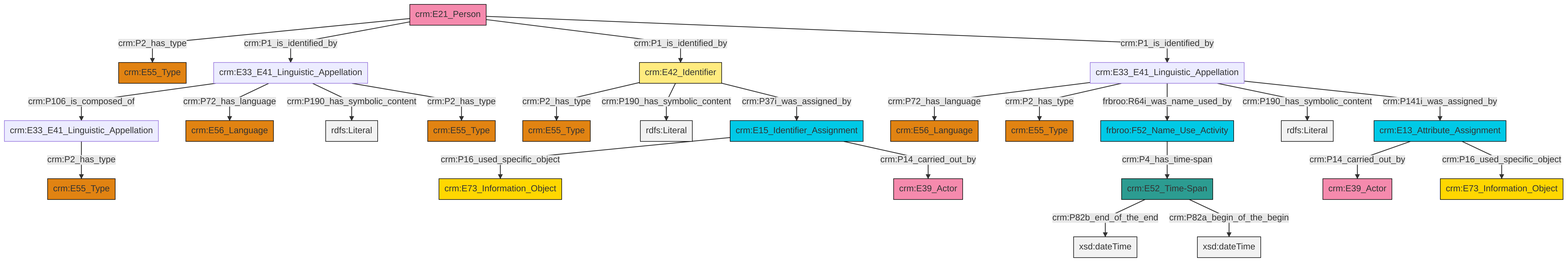
Before: et/personCSV/ttl/mmd/png/Person_Names_and_Classification.png, a diagram exported from Mermaid (swiss-art-research-net/docs.swissartresearch). Its source is kept beside it as et/personCSV/ttl/mmd/Person_Names_and_Classification.ttl.mmd.
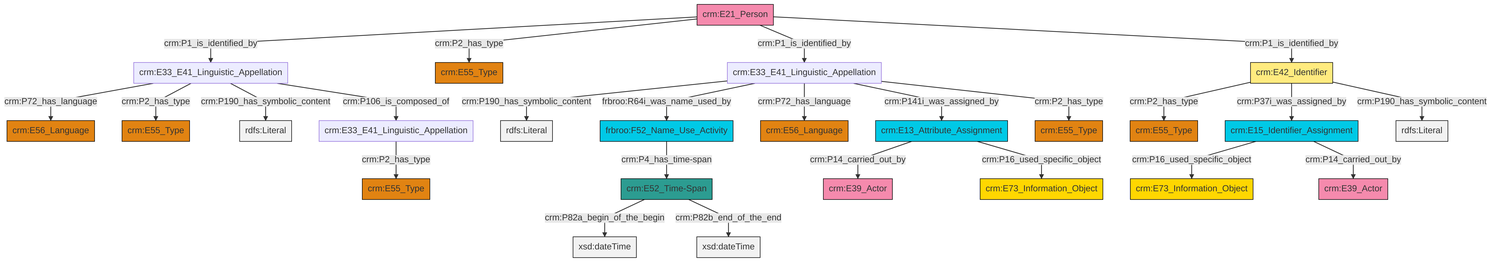
Above is the later version.

Change to the diagram source:
```diff
@@ -13,27 +13,27 @@
 classDef PC_Classes fill:#4ce600, stroke:#000000;
 classDef Multi fill:#cccccc,stroke:#000000;
 
-0["crm:E15_Identifier_Assignment"]:::Temporal_Entity -->|crm:P16_used_specific_object| 1["crm:E73_Information_Object"]:::Conceptual_Object
-2["crm:E21_Person"]:::Actor -->|crm:P2_has_type| 3["crm:E55_Type"]:::Type
-4["crm:E52_Time-Span"]:::Time-Span -->|crm:P82b_end_of_the_end| 5[xsd:dateTime]:::Literal
-7["crm:E33_E41_Linguistic_Appellation"]:::Default -->|crm:P106_is_composed_of| 8["crm:E33_E41_Linguistic_Appellation"]:::Default
-7["crm:E33_E41_Linguistic_Appellation"]:::Default -->|crm:P72_has_language| 12["crm:E56_Language"]:::Type
-2["crm:E21_Person"]:::Actor -->|crm:P1_is_identified_by| 7["crm:E33_E41_Linguistic_Appellation"]:::Default
-15["crm:E33_E41_Linguistic_Appellation"]:::Default -->|crm:P72_has_language| 9["crm:E56_Language"]:::Type
-7["crm:E33_E41_Linguistic_Appellation"]:::Default -->|crm:P190_has_symbolic_content| 19[rdfs:Literal]:::Literal
-0["crm:E15_Identifier_Assignment"]:::Temporal_Entity -->|crm:P14_carried_out_by| 20["crm:E39_Actor"]:::Actor
-21["crm:E13_Attribute_Assignment"]:::Temporal_Entity -->|crm:P14_carried_out_by| 22["crm:E39_Actor"]:::Actor
-15["crm:E33_E41_Linguistic_Appellation"]:::Default -->|crm:P2_has_type| 23["crm:E55_Type"]:::Type
-4["crm:E52_Time-Span"]:::Time-Span -->|crm:P82a_begin_of_the_begin| 24[xsd:dateTime]:::Literal
-7["crm:E33_E41_Linguistic_Appellation"]:::Default -->|crm:P2_has_type| 25["crm:E55_Type"]:::Type
-32["crm:E42_Identifier"]:::Appellation -->|crm:P2_has_type| 33["crm:E55_Type"]:::Type
-16["frbroo:F52_Name_Use_Activity"]:::Temporal_Entity -->|crm:P4_has_time-span| 4["crm:E52_Time-Span"]:::Time-Span
-2["crm:E21_Person"]:::Actor -->|crm:P1_is_identified_by| 32["crm:E42_Identifier"]:::Appellation
-15["crm:E33_E41_Linguistic_Appellation"]:::Default -->|frbroo:R64i_was_name_used_by| 16["frbroo:F52_Name_Use_Activity"]:::Temporal_Entity
-15["crm:E33_E41_Linguistic_Appellation"]:::Default -->|crm:P190_has_symbolic_content| 37[rdfs:Literal]:::Literal
-8["crm:E33_E41_Linguistic_Appellation"]:::Default -->|crm:P2_has_type| 13["crm:E55_Type"]:::Type
-21["crm:E13_Attribute_Assignment"]:::Temporal_Entity -->|crm:P16_used_specific_object| 35["crm:E73_Information_Object"]:::Conceptual_Object
-2["crm:E21_Person"]:::Actor -->|crm:P1_is_identified_by| 15["crm:E33_E41_Linguistic_Appellation"]:::Default
-32["crm:E42_Identifier"]:::Appellation -->|crm:P190_has_symbolic_content| 39[rdfs:Literal]:::Literal
-15["crm:E33_E41_Linguistic_Appellation"]:::Default -->|crm:P141i_was_assigned_by| 21["crm:E13_Attribute_Assignment"]:::Temporal_Entity
-32["crm:E42_Identifier"]:::Appellation -->|crm:P37i_was_assigned_by| 0["crm:E15_Identifier_Assignment"]:::Temporal_Entity
+0["crm:E21_Person"]:::Actor -->|crm:P1_is_identified_by| 1["crm:E33_E41_Linguistic_Appellation"]:::Default
+2["crm:E33_E41_Linguistic_Appellation"]:::Default -->|crm:P190_has_symbolic_content| 3[rdfs:Literal]:::Literal
+6["crm:E13_Attribute_Assignment"]:::Temporal_Entity -->|crm:P14_carried_out_by| 7["crm:E39_Actor"]:::Actor
+0["crm:E21_Person"]:::Actor -->|crm:P2_has_type| 9["crm:E55_Type"]:::Type
+0["crm:E21_Person"]:::Actor -->|crm:P1_is_identified_by| 2["crm:E33_E41_Linguistic_Appellation"]:::Default
+6["crm:E13_Attribute_Assignment"]:::Temporal_Entity -->|crm:P16_used_specific_object| 12["crm:E73_Information_Object"]:::Conceptual_Object
+13["crm:E42_Identifier"]:::Appellation -->|crm:P2_has_type| 14["crm:E55_Type"]:::Type
+2["crm:E33_E41_Linguistic_Appellation"]:::Default -->|frbroo:R64i_was_name_used_by| 15["frbroo:F52_Name_Use_Activity"]:::Temporal_Entity
+2["crm:E33_E41_Linguistic_Appellation"]:::Default -->|crm:P72_has_language| 16["crm:E56_Language"]:::Type
+1["crm:E33_E41_Linguistic_Appellation"]:::Default -->|crm:P72_has_language| 23["crm:E56_Language"]:::Type
+1["crm:E33_E41_Linguistic_Appellation"]:::Default -->|crm:P2_has_type| 24["crm:E55_Type"]:::Type
+2["crm:E33_E41_Linguistic_Appellation"]:::Default -->|crm:P141i_was_assigned_by| 6["crm:E13_Attribute_Assignment"]:::Temporal_Entity
+0["crm:E21_Person"]:::Actor -->|crm:P1_is_identified_by| 13["crm:E42_Identifier"]:::Appellation
+31["crm:E15_Identifier_Assignment"]:::Temporal_Entity -->|crm:P16_used_specific_object| 32["crm:E73_Information_Object"]:::Conceptual_Object
+17["crm:E33_E41_Linguistic_Appellation"]:::Default -->|crm:P2_has_type| 19["crm:E55_Type"]:::Type
+1["crm:E33_E41_Linguistic_Appellation"]:::Default -->|crm:P190_has_symbolic_content| 34[rdfs:Literal]:::Literal
+4["crm:E52_Time-Span"]:::Time-Span -->|crm:P82a_begin_of_the_begin| 35[xsd:dateTime]:::Literal
+4["crm:E52_Time-Span"]:::Time-Span -->|crm:P82b_end_of_the_end| 36[xsd:dateTime]:::Literal
+15["frbroo:F52_Name_Use_Activity"]:::Temporal_Entity -->|crm:P4_has_time-span| 4["crm:E52_Time-Span"]:::Time-Span
+31["crm:E15_Identifier_Assignment"]:::Temporal_Entity -->|crm:P14_carried_out_by| 37["crm:E39_Actor"]:::Actor
+13["crm:E42_Identifier"]:::Appellation -->|crm:P37i_was_assigned_by| 31["crm:E15_Identifier_Assignment"]:::Temporal_Entity
+13["crm:E42_Identifier"]:::Appellation -->|crm:P190_has_symbolic_content| 41[rdfs:Literal]:::Literal
+1["crm:E33_E41_Linguistic_Appellation"]:::Default -->|crm:P106_is_composed_of| 17["crm:E33_E41_Linguistic_Appellation"]:::Default
+2["crm:E33_E41_Linguistic_Appellation"]:::Default -->|crm:P2_has_type| 42["crm:E55_Type"]:::Type
```
